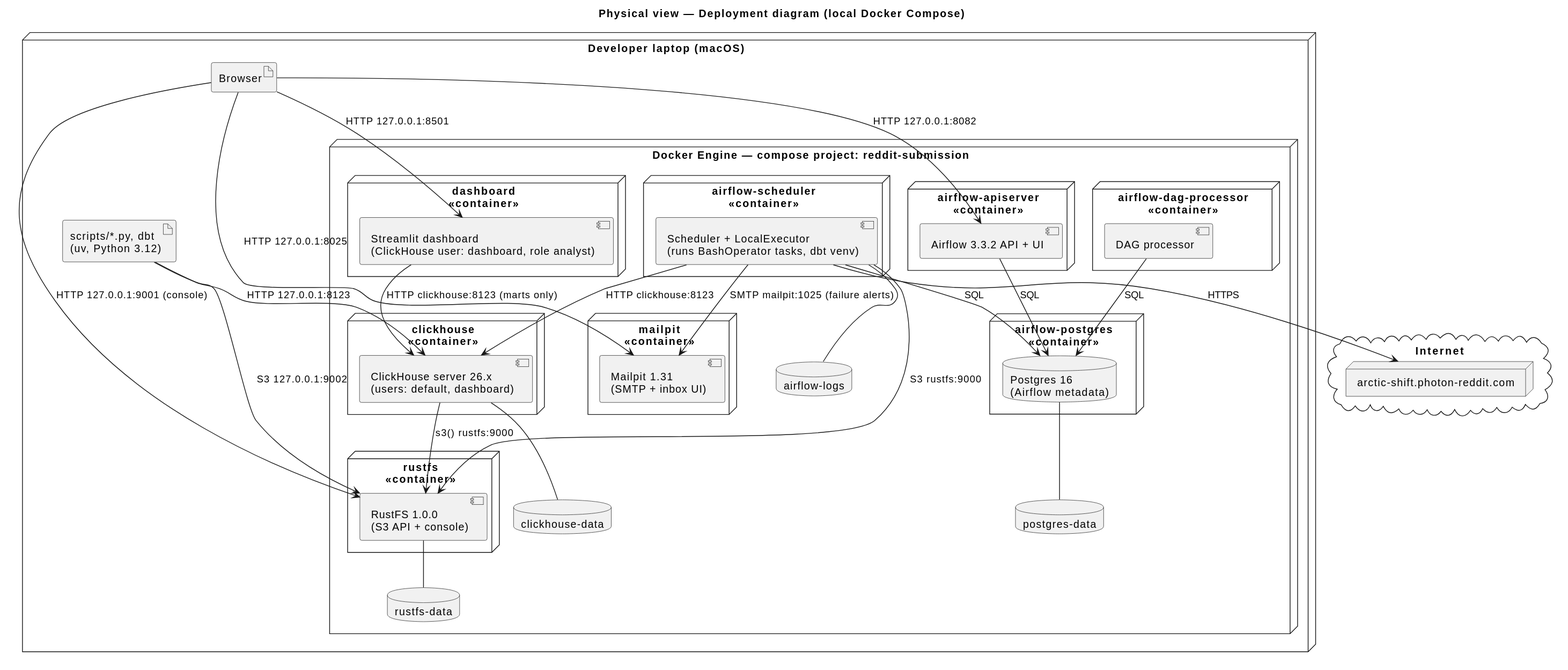
modsomjeed/reddit-dataeng keeps this PlantUML diagram as docs/architecture/diagrams/deployment.svg. Above is the earlier version.
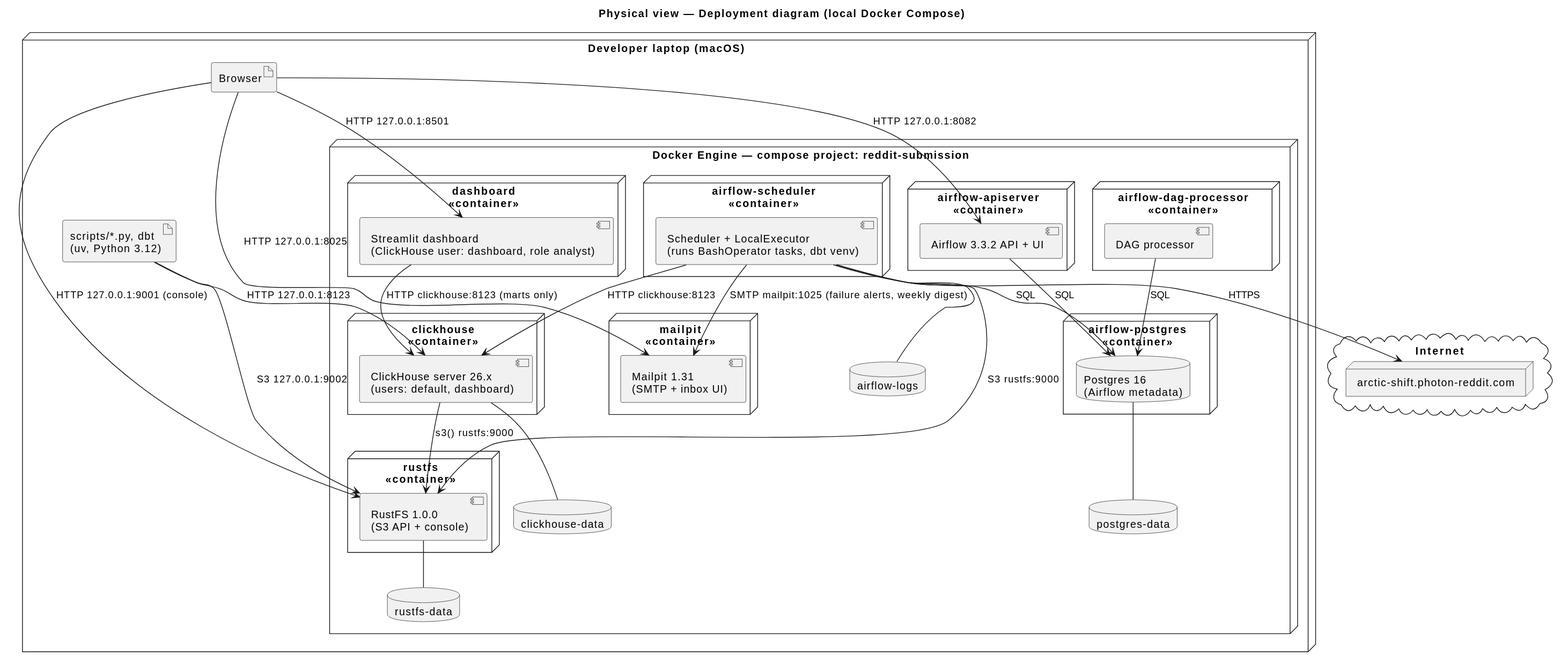
The same diagram one commit later.

Commit message:
docs: document the weekly digest

The edit, as a diff of the source:
```diff
@@ -58,7 +58,7 @@
 scheds --> chs : "HTTP clickhouse:8123"
 chs --> rfs : "s3() rustfs:9000"
 scheds --> pgdb : "SQL"
-scheds --> mails : "SMTP mailpit:1025 (failure alerts)"
+scheds --> mails : "SMTP mailpit:1025 (failure alerts, weekly digest)"
 browser --> mails : "HTTP 127.0.0.1:8025"
 apis --> pgdb : "SQL"
 dagps --> pgdb : "SQL"
```
